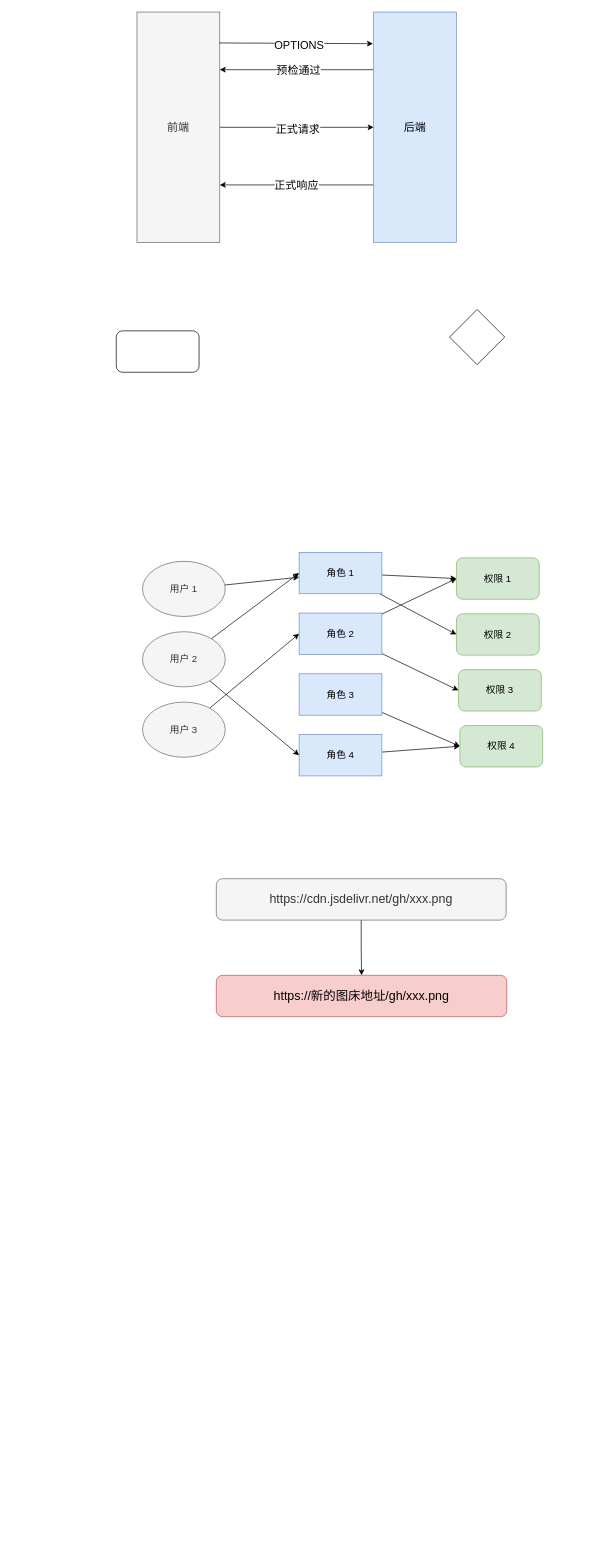
Above: page "Page-4" (1 of 6) of Untitled Diagram.drawio in itwanger/drwa.io (draw.io), before the change. Source tidied: cells renumbered, new cells numbered last; positions are measured from the earlier drawing's top-left corner, leaving out a move shared by most shapes. Both pictures are drawn from the tidied source at 69%, with x=0, y=0 at pixel (116, 12).
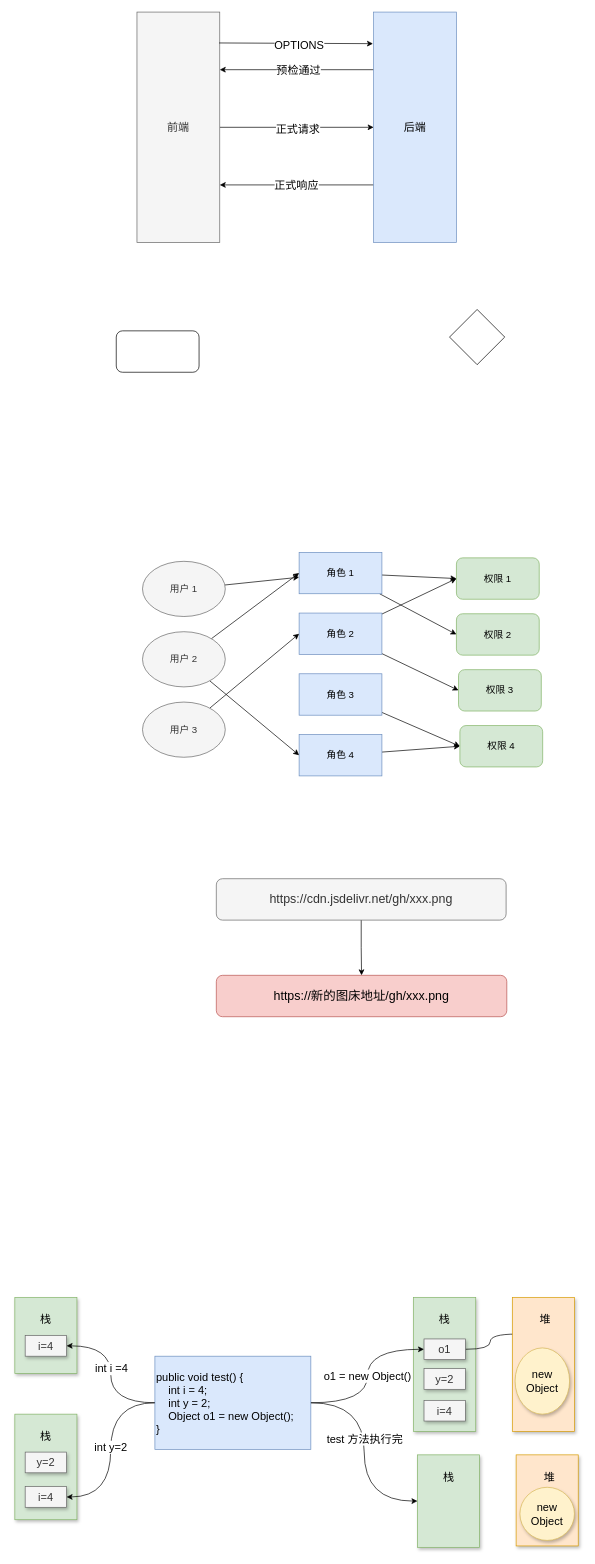
Above is the later version.

Change to the diagram source:
```diff
@@
+    <mxCell id="38" style="rounded=0;whiteSpace=wrap;html=1;shadow=1;fontSize=16;strokeColor=#82b366;glass=0;fillColor=#d5e8d4;" parent="1" vertex="1">
+      <mxGeometry x="-147" y="1863" width="90" height="110" as="geometry" />
+    </mxCell>
@@
+    <mxCell id="39" style="edgeStyle=orthogonalEdgeStyle;rounded=0;jettySize=auto;html=1;exitX=0;exitY=0.5;exitDx=0;exitDy=0;fontSize=16;curved=1;" parent="1" edge="1" source="43" target="45">
+      <mxGeometry relative="1" as="geometry" />
+    </mxCell>
+    <mxCell id="40" value="int i =4" style="edgeLabel;html=1;align=center;verticalAlign=middle;fontSize=16;" parent="39" vertex="1">
+      <mxGeometry x="0.08" relative="1" as="geometry" />
+    </mxCell>
+    <mxCell id="41" style="edgeStyle=orthogonalEdgeStyle;curved=1;rounded=0;jettySize=auto;html=1;exitX=1;exitY=0.5;exitDx=0;exitDy=0;entryX=0;entryY=0.5;entryDx=0;entryDy=0;fontSize=16;" parent="1" edge="1" source="43" target="62">
+      <mxGeometry relative="1" as="geometry" />
+    </mxCell>
+    <mxCell id="42" value="test 方法执行完" style="edgeLabel;html=1;align=center;verticalAlign=middle;fontSize=16;" parent="41" vertex="1">
+      <mxGeometry x="-0.13" relative="1" as="geometry" />
+    </mxCell>
+    <mxCell id="43" value="&lt;div style=&quot;font-size: 16px;&quot;&gt;public void test()&amp;nbsp;&lt;span style=&quot;background-color: initial;&quot;&gt;{&lt;/span&gt;&lt;/div&gt;&lt;div style=&quot;font-size: 16px;&quot;&gt;&amp;nbsp; &amp;nbsp; int i = 4;&lt;/div&gt;&lt;div style=&quot;font-size: 16px;&quot;&gt;&amp;nbsp; &amp;nbsp; int y = 2;&lt;/div&gt;&lt;div style=&quot;font-size: 16px;&quot;&gt;&amp;nbsp; &amp;nbsp; Object o1 = new Object();&lt;/div&gt;&lt;div style=&quot;font-size: 16px;&quot;&gt;}&lt;/div&gt;" style="text;html=1;strokeColor=#6c8ebf;fillColor=#dae8fc;align=left;verticalAlign=middle;whiteSpace=wrap;rounded=0;fontSize=16;" parent="1" vertex="1">
+      <mxGeometry x="56" y="1948" width="226" height="135" as="geometry" />
+    </mxCell>
+    <mxCell id="44" value="栈" style="text;html=1;strokeColor=none;fillColor=none;align=center;verticalAlign=middle;whiteSpace=wrap;rounded=0;shadow=1;fontSize=16;" parent="1" vertex="1">
+      <mxGeometry x="-132" y="1880" width="60" height="30" as="geometry" />
+    </mxCell>
+    <mxCell id="45" value="i=4" style="text;html=1;strokeColor=#666666;fillColor=#f5f5f5;align=center;verticalAlign=middle;whiteSpace=wrap;rounded=0;shadow=1;fontSize=16;fontColor=#333333;" parent="1" vertex="1">
+      <mxGeometry x="-132" y="1918" width="60" height="30" as="geometry" />
+    </mxCell>
+    <mxCell id="46" style="rounded=0;whiteSpace=wrap;html=1;shadow=1;fontSize=16;strokeColor=#82b366;glass=0;fillColor=#d5e8d4;" parent="1" vertex="1">
+      <mxGeometry x="-147" y="2032" width="90" height="153" as="geometry" />
+    </mxCell>
+    <mxCell id="47" value="栈" style="text;html=1;strokeColor=none;fillColor=none;align=center;verticalAlign=middle;whiteSpace=wrap;rounded=0;shadow=1;fontSize=16;" parent="1" vertex="1">
+      <mxGeometry x="-132" y="2049" width="60" height="30" as="geometry" />
+    </mxCell>
+    <mxCell id="48" value="y=2" style="text;html=1;strokeColor=#666666;fillColor=#f5f5f5;align=center;verticalAlign=middle;whiteSpace=wrap;rounded=0;shadow=1;fontSize=16;fontColor=#333333;" parent="1" vertex="1">
+      <mxGeometry x="-132" y="2087" width="60" height="30" as="geometry" />
+    </mxCell>
+    <mxCell id="49" value="i=4" style="text;html=1;strokeColor=#666666;fillColor=#f5f5f5;align=center;verticalAlign=middle;whiteSpace=wrap;rounded=0;shadow=1;fontSize=16;fontColor=#333333;" parent="1" vertex="1">
+      <mxGeometry x="-132" y="2137" width="60" height="30" as="geometry" />
+    </mxCell>
+    <mxCell id="50" style="edgeStyle=orthogonalEdgeStyle;curved=1;rounded=0;jettySize=auto;html=1;entryX=1;entryY=0.5;entryDx=0;entryDy=0;fontSize=16;" parent="1" edge="1" source="43" target="49">
+      <mxGeometry relative="1" as="geometry" />
+    </mxCell>
+    <mxCell id="51" value="int y=2" style="edgeLabel;html=1;align=center;verticalAlign=middle;fontSize=16;" parent="50" vertex="1">
+      <mxGeometry x="-0.03" y="-1" relative="1" as="geometry" />
+    </mxCell>
+    <mxCell id="52" style="rounded=0;whiteSpace=wrap;html=1;shadow=1;fontSize=16;strokeColor=#82b366;glass=0;fillColor=#d5e8d4;" parent="1" vertex="1">
+      <mxGeometry x="431" y="1863" width="90" height="194" as="geometry" />
+    </mxCell>
+    <mxCell id="53" value="栈" style="text;html=1;strokeColor=none;fillColor=none;align=center;verticalAlign=middle;whiteSpace=wrap;rounded=0;shadow=1;fontSize=16;" parent="1" vertex="1">
+      <mxGeometry x="446" y="1880" width="60" height="30" as="geometry" />
+    </mxCell>
+    <mxCell id="54" value="y=2" style="text;html=1;strokeColor=#666666;fillColor=#f5f5f5;align=center;verticalAlign=middle;whiteSpace=wrap;rounded=0;shadow=1;fontSize=16;fontColor=#333333;" parent="1" vertex="1">
+      <mxGeometry x="446" y="1966" width="60" height="30" as="geometry" />
+    </mxCell>
+    <mxCell id="55" value="i=4" style="text;html=1;strokeColor=#666666;fillColor=#f5f5f5;align=center;verticalAlign=middle;whiteSpace=wrap;rounded=0;shadow=1;fontSize=16;fontColor=#333333;" parent="1" vertex="1">
+      <mxGeometry x="446" y="2012" width="60" height="30" as="geometry" />
+    </mxCell>
+    <mxCell id="56" style="edgeStyle=orthogonalEdgeStyle;curved=1;rounded=0;jettySize=auto;html=1;entryX=0.5;entryY=0;entryDx=0;entryDy=0;fontSize=16;" parent="1" edge="1" source="57" target="59">
+      <mxGeometry relative="1" as="geometry" />
+    </mxCell>
+    <mxCell id="57" value="o1" style="text;html=1;strokeColor=#666666;fillColor=#f5f5f5;align=center;verticalAlign=middle;whiteSpace=wrap;rounded=0;shadow=1;fontSize=16;fontColor=#333333;" parent="1" vertex="1">
+      <mxGeometry x="446" y="1923" width="60" height="30" as="geometry" />
+    </mxCell>
+    <mxCell id="58" style="rounded=0;whiteSpace=wrap;html=1;shadow=1;fontSize=16;strokeColor=#d79b00;glass=0;fillColor=#ffe6cc;" parent="1" vertex="1">
+      <mxGeometry x="574" y="1863" width="90" height="194" as="geometry" />
+    </mxCell>
+    <mxCell id="59" value="new Object" style="ellipse;whiteSpace=wrap;html=1;shadow=1;glass=0;fontSize=16;strokeColor=#d6b656;fillColor=#fff2cc;" parent="1" vertex="1">
+      <mxGeometry x="578" y="1936" width="79" height="96" as="geometry" />
+    </mxCell>
+    <mxCell id="60" value="堆" style="text;html=1;strokeColor=none;fillColor=none;align=center;verticalAlign=middle;whiteSpace=wrap;rounded=0;shadow=1;glass=0;fontSize=16;" parent="1" vertex="1">
+      <mxGeometry x="592" y="1880" width="60" height="30" as="geometry" />
+    </mxCell>
+    <mxCell id="61" value="&lt;span style=&quot;text-align: left;&quot;&gt;o1 = new Object()&lt;/span&gt;" style="edgeStyle=orthogonalEdgeStyle;curved=1;rounded=0;jettySize=auto;html=1;entryX=0;entryY=0.5;entryDx=0;entryDy=0;fontSize=16;" parent="1" edge="1" source="43" target="57">
+      <mxGeometry relative="1" as="geometry" />
+    </mxCell>
+    <mxCell id="62" style="rounded=0;whiteSpace=wrap;html=1;shadow=1;fontSize=16;strokeColor=#82b366;glass=0;fillColor=#d5e8d4;" parent="1" vertex="1">
+      <mxGeometry x="436.5" y="2091" width="90" height="134" as="geometry" />
+    </mxCell>
+    <mxCell id="63" value="栈" style="text;html=1;strokeColor=none;fillColor=none;align=center;verticalAlign=middle;whiteSpace=wrap;rounded=0;shadow=1;fontSize=16;" parent="1" vertex="1">
+      <mxGeometry x="451.5" y="2108" width="60" height="30" as="geometry" />
+    </mxCell>
+    <mxCell id="64" style="rounded=0;whiteSpace=wrap;html=1;shadow=1;fontSize=16;strokeColor=#d79b00;glass=0;fillColor=#ffe6cc;" parent="1" vertex="1">
+      <mxGeometry x="579.5" y="2091" width="90" height="132" as="geometry" />
+    </mxCell>
+    <mxCell id="65" value="new Object" style="ellipse;whiteSpace=wrap;html=1;shadow=1;glass=0;fontSize=16;strokeColor=#d6b656;fillColor=#fff2cc;" parent="1" vertex="1">
+      <mxGeometry x="585" y="2138" width="79" height="77" as="geometry" />
+    </mxCell>
+    <mxCell id="66" value="堆" style="text;html=1;strokeColor=none;fillColor=none;align=center;verticalAlign=middle;whiteSpace=wrap;rounded=0;shadow=1;glass=0;fontSize=16;" parent="1" vertex="1">
+      <mxGeometry x="597.5" y="2108" width="60" height="30" as="geometry" />
+    </mxCell>
```
